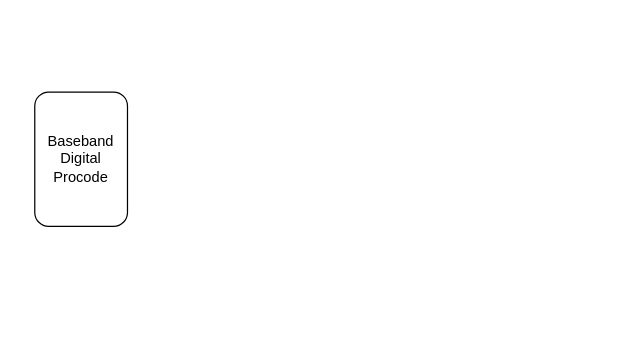
This is Untitled Diagram.drawio from Lxlorange/drawio, a draw.io file, before an edit. Source tidied: cells renumbered, new cells numbered last; positions are measured from the earlier drawing's top-left corner, leaving out a move shared by most shapes. Both pictures are drawn from the tidied source at 122%, with x=0, y=0 at pixel (34, 92). Pictures stored in the file or linked from it are replaced by grey dashed boxes.
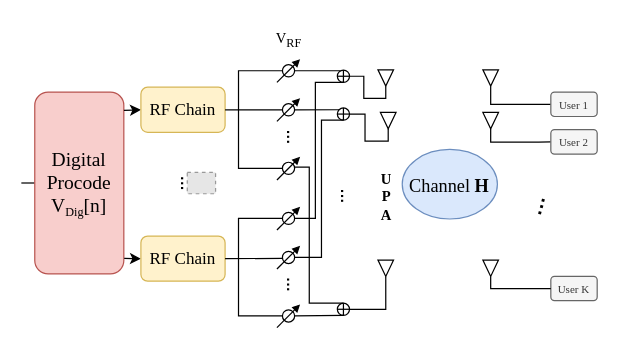
The same diagram, later.

Change to the diagram source:
```diff
@@
+    <mxCell id="3" style="edgeStyle=orthogonalEdgeStyle;rounded=0;jettySize=auto;html=1;exitX=0;exitY=0.5;exitDx=0;exitDy=0;endArrow=none;endFill=0;" parent="1" edge="1" source="2">
+      <mxGeometry relative="1" as="geometry">
+        <mxPoint x="-11" y="74" as="targetPoint" />
+      </mxGeometry>
+    </mxCell>
-    <mxCell id="2" value="Baseband Digital Procode" style="rounded=1;whiteSpace=wrap;html=1;" parent="1" vertex="1">
-      <mxGeometry width="76" height="110" as="geometry" />
+    <mxCell id="2" value="&lt;font style=&quot;font-size: 16px;&quot; face=&quot;Times New Roman&quot;&gt;Digital Procode&lt;/font&gt;&lt;div&gt;&lt;span style=&quot;font-family: &amp;quot;Times New Roman&amp;quot;; font-size: 16px;&quot;&gt;V&lt;/span&gt;&lt;sub style=&quot;font-family: &amp;quot;Times New Roman&amp;quot;;&quot;&gt;Dig&lt;/sub&gt;&lt;span style=&quot;font-family: &amp;quot;Times New Roman&amp;quot;; font-size: 16px;&quot;&gt;[n]&lt;/span&gt;&lt;/div&gt;" style="rounded=1;whiteSpace=wrap;html=1;fillColor=#f8cecc;strokeColor=#b85450;" parent="1" vertex="1">
+      <mxGeometry width="73" height="149" as="geometry" />
     </mxCell>
+    <mxCell id="4" style="endArrow=classic;html=1;rounded=0;entryX=0;entryY=0.5;entryDx=0;entryDy=0;exitX=1.001;exitY=0.101;exitDx=0;exitDy=0;exitPerimeter=0;" parent="1" edge="1" source="2" target="6">
+      <mxGeometry relative="1" as="geometry" />
+    </mxCell>
+    <mxCell id="5" style="endArrow=classic;html=1;rounded=0;entryX=0;entryY=0.5;entryDx=0;entryDy=0;exitX=1.004;exitY=0.915;exitDx=0;exitDy=0;exitPerimeter=0;" parent="1" edge="1" source="2" target="39">
+      <mxGeometry relative="1" as="geometry" />
+    </mxCell>
+    <mxCell id="6" value="&lt;font face=&quot;Times New Roman&quot; style=&quot;font-size: 14px;&quot;&gt;RF Chain&lt;/font&gt;" style="rounded=1;whiteSpace=wrap;html=1;fillColor=#fff2cc;strokeColor=#d6b656;" parent="1" vertex="1">
+      <mxGeometry x="87" y="-4" width="69" height="37" as="geometry" />
+    </mxCell>
+    <mxCell id="7" style="shape=orEllipse;perimeter=ellipsePerimeter;whiteSpace=wrap;html=1;backgroundOutline=1;strokeWidth=1;" parent="1" vertex="1">
+      <mxGeometry x="248" y="-18" width="10" height="10" as="geometry" />
+    </mxCell>
+    <mxCell id="8" style="shape=orEllipse;perimeter=ellipsePerimeter;whiteSpace=wrap;html=1;backgroundOutline=1;" parent="1" vertex="1">
+      <mxGeometry x="248" y="13" width="10" height="10" as="geometry" />
+    </mxCell>
+    <mxCell id="9" style="group;" parent="1" vertex="1">
+      <mxGeometry x="198.5" y="-27" width="19" height="19" as="geometry" />
+    </mxCell>
+    <mxCell id="10" style="ellipse;whiteSpace=wrap;html=1;" parent="9" vertex="1">
+      <mxGeometry x="4.5" y="4.5" width="10" height="10" as="geometry" />
+    </mxCell>
+    <mxCell id="11" style="endArrow=block;html=1;rounded=0;endFill=1;startSize=6;endSize=4;" parent="9" edge="1">
+      <mxGeometry relative="1" as="geometry">
+        <mxPoint y="19" as="sourcePoint" />
+        <mxPoint x="19" as="targetPoint" />
+      </mxGeometry>
+    </mxCell>
+    <mxCell id="12" style="group;" parent="1" vertex="1">
+      <mxGeometry x="198.5" y="5" width="19" height="19" as="geometry" />
+    </mxCell>
+    <mxCell id="13" style="ellipse;whiteSpace=wrap;html=1;" parent="12" vertex="1">
+      <mxGeometry x="4.5" y="4.5" width="10" height="10" as="geometry" />
+    </mxCell>
+    <mxCell id="14" style="endArrow=block;html=1;rounded=0;endFill=1;startSize=6;endSize=4;" parent="12" edge="1">
+      <mxGeometry relative="1" as="geometry">
+        <mxPoint y="19" as="sourcePoint" />
+        <mxPoint x="19" as="targetPoint" />
+      </mxGeometry>
+    </mxCell>
+    <mxCell id="15" style="group;" parent="1" vertex="1">
+      <mxGeometry x="198.5" y="53" width="19" height="19" as="geometry" />
+    </mxCell>
+    <mxCell id="16" style="ellipse;whiteSpace=wrap;html=1;" parent="15" vertex="1">
+      <mxGeometry x="4.5" y="4.5" width="10" height="10" as="geometry" />
+    </mxCell>
+    <mxCell id="17" style="endArrow=block;html=1;rounded=0;endFill=1;startSize=6;endSize=4;" parent="15" edge="1">
+      <mxGeometry relative="1" as="geometry">
+        <mxPoint y="19" as="sourcePoint" />
+        <mxPoint x="19" as="targetPoint" />
+      </mxGeometry>
+    </mxCell>
+    <mxCell id="18" style="edgeStyle=orthogonalEdgeStyle;rounded=0;jettySize=auto;html=1;exitX=1;exitY=0.5;exitDx=0;exitDy=0;entryX=0.26;entryY=0.06;entryDx=0;entryDy=0;endArrow=none;endFill=0;entryPerimeter=0;" parent="1" edge="1" source="10" target="7">
+      <mxGeometry relative="1" as="geometry" />
+    </mxCell>
+    <mxCell id="19" style="edgeStyle=orthogonalEdgeStyle;rounded=0;jettySize=auto;html=1;exitX=1;exitY=0.5;exitDx=0;exitDy=0;entryX=0;entryY=0;entryDx=0;entryDy=0;endArrow=none;endFill=0;" parent="1" edge="1" source="13" target="8">
+      <mxGeometry relative="1" as="geometry" />
+    </mxCell>
+    <mxCell id="20" style="shape=orEllipse;perimeter=ellipsePerimeter;whiteSpace=wrap;html=1;backgroundOutline=1;" parent="1" vertex="1">
+      <mxGeometry x="248" y="173" width="10" height="10" as="geometry" />
+    </mxCell>
+    <mxCell id="21" style="edgeStyle=orthogonalEdgeStyle;rounded=0;jettySize=auto;html=1;exitX=1;exitY=0.5;exitDx=0;exitDy=0;entryX=0.5;entryY=0;entryDx=0;entryDy=0;endArrow=none;endFill=0;" parent="1" edge="1" target="20">
+      <mxGeometry relative="1" as="geometry">
+        <mxPoint x="213" y="61.5" as="sourcePoint" />
+        <Array as="points">
+          <mxPoint x="225" y="62" />
+          <mxPoint x="225" y="173" />
+        </Array>
+      </mxGeometry>
+    </mxCell>
+    <mxCell id="22" style="edgeStyle=orthogonalEdgeStyle;rounded=0;jettySize=auto;html=1;exitX=0;exitY=0.5;exitDx=0;exitDy=0;entryX=0;entryY=0.5;entryDx=0;entryDy=0;endArrow=none;endFill=0;" parent="1" edge="1" source="10" target="16">
+      <mxGeometry relative="1" as="geometry">
+        <Array as="points">
+          <mxPoint x="167" y="-17" />
+          <mxPoint x="167" y="63" />
+        </Array>
+      </mxGeometry>
+    </mxCell>
+    <mxCell id="23" value="&lt;b&gt;···&lt;/b&gt;" style="text;html=1;align=center;verticalAlign=middle;strokeColor=none;fillColor=none;rotation=90;" parent="1" vertex="1">
+      <mxGeometry x="193" y="24" width="30" height="26" as="geometry" />
+    </mxCell>
+    <mxCell id="24" style="group;" parent="1" vertex="1">
+      <mxGeometry x="198.5" y="94" width="19" height="19" as="geometry" />
+    </mxCell>
+    <mxCell id="25" style="ellipse;whiteSpace=wrap;html=1;" parent="24" vertex="1">
+      <mxGeometry x="4.5" y="4.5" width="10" height="10" as="geometry" />
+    </mxCell>
+    <mxCell id="26" style="endArrow=block;html=1;rounded=0;endFill=1;startSize=6;endSize=4;" parent="24" edge="1">
+      <mxGeometry relative="1" as="geometry">
+        <mxPoint y="19" as="sourcePoint" />
+        <mxPoint x="19" as="targetPoint" />
+      </mxGeometry>
+    </mxCell>
+    <mxCell id="27" style="group;" parent="1" vertex="1">
+      <mxGeometry x="198.5" y="126" width="19" height="19" as="geometry" />
+    </mxCell>
+    <mxCell id="28" style="ellipse;whiteSpace=wrap;html=1;" parent="27" vertex="1">
+      <mxGeometry x="4.5" y="4.5" width="10" height="10" as="geometry" />
+    </mxCell>
+    <mxCell id="29" style="endArrow=block;html=1;rounded=0;endFill=1;startSize=6;endSize=4;" parent="27" edge="1">
+      <mxGeometry relative="1" as="geometry">
+        <mxPoint y="19" as="sourcePoint" />
+        <mxPoint x="19" as="targetPoint" />
+      </mxGeometry>
+    </mxCell>
+    <mxCell id="30" style="group;" parent="1" vertex="1">
+      <mxGeometry x="198.5" y="174" width="19" height="19" as="geometry" />
+    </mxCell>
+    <mxCell id="31" style="ellipse;whiteSpace=wrap;html=1;" parent="30" vertex="1">
+      <mxGeometry x="4.5" y="4.5" width="10" height="10" as="geometry" />
+    </mxCell>
+    <mxCell id="32" style="endArrow=block;html=1;rounded=0;endFill=1;startSize=6;endSize=4;" parent="30" edge="1">
+      <mxGeometry relative="1" as="geometry">
+        <mxPoint y="19" as="sourcePoint" />
+        <mxPoint x="19" as="targetPoint" />
+      </mxGeometry>
+    </mxCell>
+    <mxCell id="33" style="edgeStyle=orthogonalEdgeStyle;rounded=0;jettySize=auto;html=1;exitX=0;exitY=0.5;exitDx=0;exitDy=0;entryX=0;entryY=0.5;entryDx=0;entryDy=0;endArrow=none;endFill=0;" parent="1" edge="1" source="25" target="31">
+      <mxGeometry relative="1" as="geometry">
+        <Array as="points">
+          <mxPoint x="167" y="104" />
+          <mxPoint x="167" y="184" />
+        </Array>
+      </mxGeometry>
+    </mxCell>
+    <mxCell id="34" value="&lt;b&gt;···&lt;/b&gt;" style="text;html=1;align=center;verticalAlign=middle;strokeColor=none;fillColor=none;rotation=90;" parent="1" vertex="1">
+      <mxGeometry x="193" y="145" width="30" height="26" as="geometry" />
+    </mxCell>
+    <mxCell id="35" style="endArrow=none;html=1;rounded=0;exitX=1;exitY=0.5;exitDx=0;exitDy=0;entryX=0.5;entryY=1;entryDx=0;entryDy=0;" parent="1" edge="1" source="31" target="20">
+      <mxGeometry relative="1" as="geometry" />
+    </mxCell>
+    <mxCell id="36" style="endArrow=none;html=1;rounded=0;exitX=1;exitY=0.5;exitDx=0;exitDy=0;entryX=0.5;entryY=1;entryDx=0;entryDy=0;edgeStyle=orthogonalEdgeStyle;" parent="1" edge="1" source="25" target="7">
+      <mxGeometry relative="1" as="geometry">
+        <Array as="points">
+          <mxPoint x="230" y="104" />
+          <mxPoint x="230" y="-8" />
+        </Array>
+      </mxGeometry>
+    </mxCell>
+    <mxCell id="37" style="endArrow=none;html=1;rounded=0;exitX=1;exitY=0.5;exitDx=0;exitDy=0;entryX=0.5;entryY=1;entryDx=0;entryDy=0;edgeStyle=orthogonalEdgeStyle;" parent="1" edge="1" source="28" target="8">
+      <mxGeometry relative="1" as="geometry">
+        <Array as="points">
+          <mxPoint x="235" y="136" />
+          <mxPoint x="235" y="23" />
+        </Array>
+      </mxGeometry>
+    </mxCell>
+    <mxCell id="38" style="endArrow=none;html=1;rounded=0;exitX=1;exitY=0.5;exitDx=0;exitDy=0;entryX=0;entryY=0.5;entryDx=0;entryDy=0;" parent="1" edge="1" source="6" target="13">
+      <mxGeometry relative="1" as="geometry" />
+    </mxCell>
+    <mxCell id="39" value="&lt;font face=&quot;Times New Roman&quot; style=&quot;font-size: 14px;&quot;&gt;RF Chain&lt;/font&gt;" style="rounded=1;whiteSpace=wrap;html=1;fillColor=#fff2cc;strokeColor=#d6b656;" parent="1" vertex="1">
+      <mxGeometry x="87" y="118" width="69" height="37" as="geometry" />
+    </mxCell>
+    <mxCell id="40" style="endArrow=none;html=1;rounded=0;exitX=1;exitY=0.5;exitDx=0;exitDy=0;entryX=0;entryY=0.5;entryDx=0;entryDy=0;" parent="1" edge="1" source="39">
+      <mxGeometry relative="1" as="geometry">
+        <mxPoint x="203" y="136.3" as="targetPoint" />
+      </mxGeometry>
+    </mxCell>
+    <mxCell id="41" value="&lt;b&gt;···&lt;/b&gt;" style="text;html=1;align=center;verticalAlign=middle;strokeColor=none;fillColor=none;rotation=90;" parent="1" vertex="1">
+      <mxGeometry x="106.5" y="61.5" width="30" height="26" as="geometry" />
+    </mxCell>
+    <mxCell id="42" style="fillColor=#E6E6E6;strokeColor=#999999;dashed=1;verticalLabelPosition=bottom;labelBackgroundColor=default;verticalAlign=top;" parent="1" vertex="1">
+      <mxGeometry x="125" y="65.8" width="23.2" height="17.5" as="geometry" />
+    </mxCell>
+    <mxCell id="43" style="triangle;whiteSpace=wrap;html=1;rotation=90;" parent="1" vertex="1">
+      <mxGeometry x="281" y="-18" width="13.4" height="12.8" as="geometry" />
+    </mxCell>
+    <mxCell id="44" style="triangle;whiteSpace=wrap;html=1;rotation=90;" parent="1" vertex="1">
+      <mxGeometry x="283" y="17" width="13.4" height="12.8" as="geometry" />
+    </mxCell>
+    <mxCell id="45" style="triangle;whiteSpace=wrap;html=1;rotation=90;" parent="1" vertex="1">
+      <mxGeometry x="281" y="138" width="13.4" height="12.8" as="geometry" />
+    </mxCell>
+    <mxCell id="46" style="endArrow=none;html=1;rounded=0;exitX=1;exitY=0.5;exitDx=0;exitDy=0;entryX=1;entryY=0.5;entryDx=0;entryDy=0;edgeStyle=orthogonalEdgeStyle;" parent="1" edge="1" source="20" target="45">
+      <mxGeometry relative="1" as="geometry" />
+    </mxCell>
+    <mxCell id="47" style="endArrow=none;html=1;rounded=0;exitX=1;exitY=0.5;exitDx=0;exitDy=0;entryX=1;entryY=0.5;entryDx=0;entryDy=0;edgeStyle=orthogonalEdgeStyle;" parent="1" edge="1" source="8" target="44">
+      <mxGeometry relative="1" as="geometry" />
+    </mxCell>
+    <mxCell id="48" style="endArrow=none;html=1;rounded=0;exitX=1;exitY=0.5;exitDx=0;exitDy=0;entryX=1;entryY=0.5;entryDx=0;entryDy=0;edgeStyle=orthogonalEdgeStyle;" parent="1" edge="1" source="7" target="43">
+      <mxGeometry relative="1" as="geometry" />
+    </mxCell>
+    <mxCell id="49" value="&lt;b&gt;···&lt;/b&gt;" style="text;html=1;align=center;verticalAlign=middle;strokeColor=none;fillColor=none;rotation=90;" parent="1" vertex="1">
+      <mxGeometry x="238" y="72.5" width="30" height="26" as="geometry" />
+    </mxCell>
+    <mxCell id="50" value="&lt;b&gt;&lt;font face=&quot;Times New Roman&quot;&gt;U&lt;/font&gt;&lt;/b&gt;&lt;div&gt;&lt;b&gt;&lt;font face=&quot;Times New Roman&quot;&gt;P&lt;/font&gt;&lt;/b&gt;&lt;/div&gt;&lt;div&gt;&lt;b&gt;&lt;font face=&quot;Times New Roman&quot;&gt;A&lt;/font&gt;&lt;/b&gt;&lt;/div&gt;" style="text;html=1;align=center;verticalAlign=middle;strokeColor=none;fillColor=none;rotation=0;" parent="1" vertex="1">
+      <mxGeometry x="274.2" y="58" width="27" height="55" as="geometry" />
+    </mxCell>
+    <mxCell id="51" value="&lt;font style=&quot;font-size: 15px;&quot; face=&quot;Times New Roman&quot;&gt;Channel &lt;b style=&quot;&quot;&gt;H&lt;/b&gt;&lt;/font&gt;" style="ellipse;whiteSpace=wrap;html=1;fillColor=#dae8fc;strokeColor=#6c8ebf;" parent="1" vertex="1">
+      <mxGeometry x="301.2" y="47" width="78" height="57" as="geometry" />
+    </mxCell>
+    <mxCell id="52" style="triangle;whiteSpace=wrap;html=1;rotation=90;" parent="1" vertex="1">
+      <mxGeometry x="367" y="-18" width="13.4" height="12.8" as="geometry" />
+    </mxCell>
+    <mxCell id="53" style="triangle;whiteSpace=wrap;html=1;rotation=90;" parent="1" vertex="1">
+      <mxGeometry x="367" y="17" width="13.4" height="12.8" as="geometry" />
+    </mxCell>
+    <mxCell id="54" style="triangle;whiteSpace=wrap;html=1;rotation=90;" parent="1" vertex="1">
+      <mxGeometry x="367" y="138" width="13.4" height="12.8" as="geometry" />
+    </mxCell>
+    <mxCell id="55" style="edgeStyle=orthogonalEdgeStyle;rounded=0;jettySize=auto;html=1;exitX=1;exitY=0.5;exitDx=0;exitDy=0;entryX=0;entryY=0.5;entryDx=0;entryDy=0;endArrow=none;endFill=0;" parent="1" edge="1" source="52" target="57">
+      <mxGeometry relative="1" as="geometry">
+        <Array as="points">
+          <mxPoint x="374" y="10" />
+        </Array>
+      </mxGeometry>
+    </mxCell>
+    <mxCell id="56" style="edgeStyle=orthogonalEdgeStyle;rounded=0;jettySize=auto;html=1;exitX=1;exitY=0.5;exitDx=0;exitDy=0;entryX=0;entryY=0.5;entryDx=0;entryDy=0;endArrow=none;endFill=0;" parent="1" edge="1" source="53" target="58">
+      <mxGeometry relative="1" as="geometry">
+        <Array as="points">
+          <mxPoint x="374" y="41" />
+          <mxPoint x="413" y="41" />
+        </Array>
+      </mxGeometry>
+    </mxCell>
+    <mxCell id="57" value="&lt;font style=&quot;font-size: 9px;&quot; face=&quot;Times New Roman&quot;&gt;User 1&lt;/font&gt;" style="rounded=1;whiteSpace=wrap;html=1;fillColor=#f5f5f5;strokeColor=#666666;fontColor=#333333;" parent="1" vertex="1">
+      <mxGeometry x="423" width="38" height="20" as="geometry" />
+    </mxCell>
+    <mxCell id="58" value="&lt;font style=&quot;font-size: 9px;&quot; face=&quot;Times New Roman&quot;&gt;User 2&lt;/font&gt;" style="rounded=1;whiteSpace=wrap;html=1;fillColor=#f5f5f5;strokeColor=#666666;fontColor=#333333;" parent="1" vertex="1">
+      <mxGeometry x="423" y="30.8" width="38" height="20" as="geometry" />
+    </mxCell>
+    <mxCell id="59" value="&lt;font style=&quot;font-size: 9px;&quot; face=&quot;Times New Roman&quot;&gt;User K&lt;/font&gt;" style="rounded=1;whiteSpace=wrap;html=1;fillColor=#f5f5f5;strokeColor=#666666;fontColor=#333333;" parent="1" vertex="1">
+      <mxGeometry x="423" y="151" width="38" height="20" as="geometry" />
+    </mxCell>
+    <mxCell id="60" value="&lt;b&gt;&lt;font style=&quot;font-size: 16px;&quot;&gt;···&lt;/font&gt;&lt;/b&gt;" style="text;html=1;align=center;verticalAlign=middle;strokeColor=none;fillColor=none;rotation=105;" parent="1" vertex="1">
+      <mxGeometry x="400" y="79" width="34" height="31" as="geometry" />
+    </mxCell>
+    <mxCell id="61" value="&lt;font face=&quot;Times New Roman&quot;&gt;V&lt;sub&gt;RF&lt;/sub&gt;&lt;/font&gt;" style="text;html=1;align=center;verticalAlign=middle;strokeColor=none;fillColor=none;" parent="1" vertex="1">
+      <mxGeometry x="188.5" y="-58" width="39" height="29" as="geometry" />
+    </mxCell>
+    <mxCell id="62" style="endArrow=none;html=1;rounded=0;exitX=1;exitY=0.5;exitDx=0;exitDy=0;entryX=0;entryY=0.5;entryDx=0;entryDy=0;edgeStyle=orthogonalEdgeStyle;" parent="1" edge="1" source="54" target="59">
+      <mxGeometry relative="1" as="geometry" />
+    </mxCell>
```
